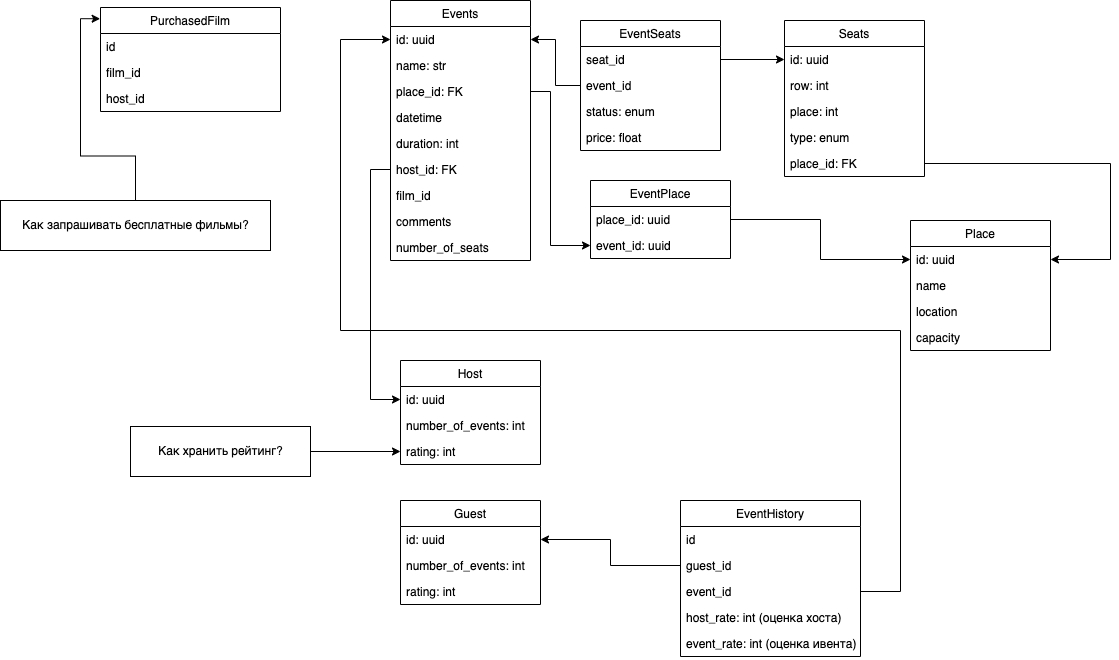
Before: docs/architecture/db-schema.png, a diagram exported from draw.io (IRepeva/Booking_service). Source tidied: cells renumbered, new cells last; positions are measured from the earlier drawing's top-left corner, leaving out a move shared by most shapes.
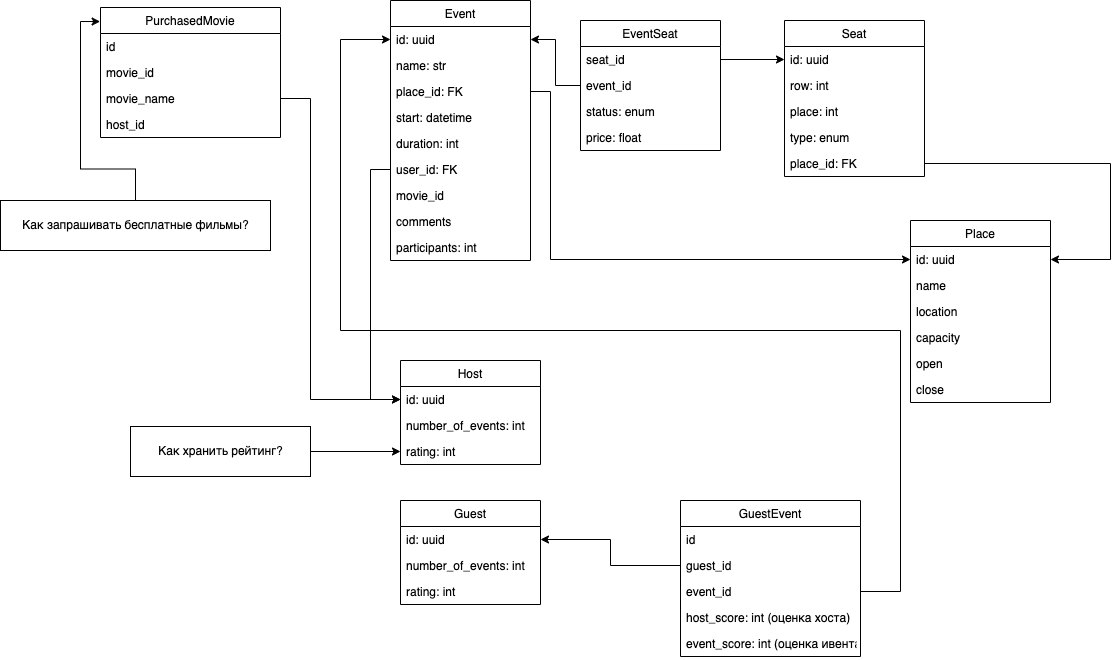
After the commit.

Commit message:
db schema image refactoring

The edit, as a diff of the source:
```diff
@@ -2,7 +2,7 @@
   <root>
     <mxCell id="0" />
     <mxCell id="1" parent="0" />
-    <mxCell id="2" value="Events" style="swimlane;fontStyle=0;horizontal=1;startSize=26;fillColor=none;" parent="1" vertex="1">
+    <mxCell id="2" value="Event" style="swimlane;fontStyle=0;horizontal=1;startSize=26;fillColor=none;" parent="1" vertex="1">
       <mxGeometry x="390" width="140" height="260" as="geometry" />
     </mxCell>
     <mxCell id="3" value="id: uuid" style="text;strokeColor=none;fillColor=none;align=left;verticalAlign=top;spacingLeft=4;spacingRight=4;overflow=hidden;points=[[0,0.5],[1,0.5]];portConstraint=eastwest;" parent="2" vertex="1">
@@ -14,26 +14,26 @@
     <mxCell id="5" value="place_id: FK" style="text;strokeColor=none;fillColor=none;align=left;verticalAlign=top;spacingLeft=4;spacingRight=4;overflow=hidden;points=[[0,0.5],[1,0.5]];portConstraint=eastwest;" parent="2" vertex="1">
       <mxGeometry y="78" width="140" height="26" as="geometry" />
     </mxCell>
-    <mxCell id="6" value="datetime" style="text;strokeColor=none;fillColor=none;align=left;verticalAlign=top;spacingLeft=4;spacingRight=4;overflow=hidden;" parent="2" vertex="1">
+    <mxCell id="6" value="start: datetime" style="text;strokeColor=none;fillColor=none;align=left;verticalAlign=top;spacingLeft=4;spacingRight=4;overflow=hidden;" parent="2" vertex="1">
       <mxGeometry y="104" width="140" height="26" as="geometry" />
     </mxCell>
     <mxCell id="7" value="duration: int" style="text;strokeColor=none;fillColor=none;align=left;verticalAlign=top;spacingLeft=4;spacingRight=4;overflow=hidden;" parent="2" vertex="1">
       <mxGeometry y="130" width="140" height="26" as="geometry" />
     </mxCell>
-    <mxCell id="8" value="host_id: FK" style="text;strokeColor=none;fillColor=none;align=left;verticalAlign=top;spacingLeft=4;spacingRight=4;overflow=hidden;points=[[0,0.5],[1,0.5]];portConstraint=eastwest;" parent="2" vertex="1">
+    <mxCell id="8" value="user_id: FK" style="text;strokeColor=none;fillColor=none;align=left;verticalAlign=top;spacingLeft=4;spacingRight=4;overflow=hidden;points=[[0,0.5],[1,0.5]];portConstraint=eastwest;" parent="2" vertex="1">
       <mxGeometry y="156" width="140" height="26" as="geometry" />
     </mxCell>
-    <mxCell id="9" value="film_id" style="text;strokeColor=none;fillColor=none;align=left;verticalAlign=top;spacingLeft=4;spacingRight=4;overflow=hidden;" parent="2" vertex="1">
+    <mxCell id="9" value="movie_id" style="text;strokeColor=none;fillColor=none;align=left;verticalAlign=top;spacingLeft=4;spacingRight=4;overflow=hidden;" parent="2" vertex="1">
       <mxGeometry y="182" width="140" height="26" as="geometry" />
     </mxCell>
     <mxCell id="10" value="comments" style="text;strokeColor=none;fillColor=none;align=left;verticalAlign=top;spacingLeft=4;spacingRight=4;overflow=hidden;" parent="2" vertex="1">
       <mxGeometry y="208" width="140" height="26" as="geometry" />
     </mxCell>
-    <mxCell id="11" value="number_of_seats" style="text;strokeColor=none;fillColor=none;align=left;verticalAlign=top;spacingLeft=4;spacingRight=4;overflow=hidden;" parent="2" vertex="1">
+    <mxCell id="11" value="participants: int" style="text;strokeColor=none;fillColor=none;align=left;verticalAlign=top;spacingLeft=4;spacingRight=4;overflow=hidden;" parent="2" vertex="1">
       <mxGeometry y="234" width="140" height="26" as="geometry" />
     </mxCell>
     <mxCell id="12" value="Place" style="swimlane;fontStyle=0;horizontal=1;startSize=26;fillColor=none;" parent="1" vertex="1">
-      <mxGeometry x="910" y="220" width="140" height="130" as="geometry" />
+      <mxGeometry x="910" y="220" width="140" height="182" as="geometry" />
     </mxCell>
     <mxCell id="13" value="id: uuid" style="text;strokeColor=none;fillColor=none;align=left;verticalAlign=top;spacingLeft=4;spacingRight=4;overflow=hidden;points=[[0,0.5],[1,0.5]];portConstraint=eastwest;" parent="12" vertex="1">
       <mxGeometry y="26" width="140" height="26" as="geometry" />
@@ -47,7 +47,13 @@
     <mxCell id="16" value="capacity" style="text;strokeColor=none;fillColor=none;align=left;verticalAlign=top;spacingLeft=4;spacingRight=4;overflow=hidden;" parent="12" vertex="1">
       <mxGeometry y="104" width="140" height="26" as="geometry" />
     </mxCell>
+    <mxCell id="61" value="open" style="text;strokeColor=none;fillColor=none;align=left;verticalAlign=top;spacingLeft=4;spacingRight=4;overflow=hidden;" parent="12" vertex="1">
+      <mxGeometry y="130" width="140" height="26" as="geometry" />
+    </mxCell>
+    <mxCell id="62" value="close" style="text;strokeColor=none;fillColor=none;align=left;verticalAlign=top;spacingLeft=4;spacingRight=4;overflow=hidden;" parent="12" vertex="1">
+      <mxGeometry y="156" width="140" height="26" as="geometry" />
+    </mxCell>
-    <mxCell id="17" value="Seats" style="swimlane;fontStyle=0;horizontal=1;startSize=26;fillColor=none;" parent="1" vertex="1">
+    <mxCell id="17" value="Seat" style="swimlane;fontStyle=0;horizontal=1;startSize=26;fillColor=none;" parent="1" vertex="1">
       <mxGeometry x="784" y="20" width="140" height="156" as="geometry" />
     </mxCell>
     <mxCell id="18" value="id: uuid" style="text;strokeColor=none;fillColor=none;align=left;verticalAlign=top;spacingLeft=4;spacingRight=4;overflow=hidden;points=[[0,0.5],[1,0.5]];portConstraint=eastwest;" parent="17" vertex="1">
@@ -73,7 +79,7 @@
         </Array>
       </mxGeometry>
     </mxCell>
-    <mxCell id="24" value="EventSeats" style="swimlane;fontStyle=0;horizontal=1;startSize=26;fillColor=none;" parent="1" vertex="1">
+    <mxCell id="24" value="EventSeat" style="swimlane;fontStyle=0;horizontal=1;startSize=26;fillColor=none;" parent="1" vertex="1">
       <mxGeometry x="580" y="20" width="140" height="130" as="geometry" />
     </mxCell>
     <mxCell id="25" value="seat_id" style="text;strokeColor=none;fillColor=none;align=left;verticalAlign=top;spacingLeft=4;spacingRight=4;overflow=hidden;points=[[0,0.5],[1,0.5]];portConstraint=eastwest;" parent="24" vertex="1">
@@ -94,11 +100,11 @@
     <mxCell id="30" style="edgeStyle=orthogonalEdgeStyle;rounded=0;jettySize=auto;html=1;exitX=0;exitY=0.5;exitDx=0;exitDy=0;entryX=1;entryY=0.5;entryDx=0;entryDy=0;" parent="1" edge="1" source="26" target="3">
       <mxGeometry relative="1" as="geometry" />
     </mxCell>
-    <mxCell id="31" style="edgeStyle=orthogonalEdgeStyle;rounded=0;jettySize=auto;html=1;exitX=1;exitY=0.5;exitDx=0;exitDy=0;entryX=0;entryY=0.5;entryDx=0;entryDy=0;" parent="1" edge="1" source="5" target="43">
+    <mxCell id="31" style="edgeStyle=orthogonalEdgeStyle;rounded=0;jettySize=auto;html=1;exitX=1;exitY=0.5;exitDx=0;exitDy=0;entryX=0;entryY=0.5;entryDx=0;entryDy=0;" parent="1" edge="1" source="5" target="13">
       <mxGeometry relative="1" as="geometry">
         <Array as="points">
           <mxPoint x="550" y="91" />
-          <mxPoint x="550" y="245" />
+          <mxPoint x="550" y="259" />
         </Array>
       </mxGeometry>
     </mxCell>
@@ -129,19 +135,7 @@
     <mxCell id="40" value="rating: int" style="text;strokeColor=none;fillColor=none;align=left;verticalAlign=top;spacingLeft=4;spacingRight=4;overflow=hidden;" parent="37" vertex="1">
       <mxGeometry y="78" width="140" height="26" as="geometry" />
     </mxCell>
-    <mxCell id="41" value="EventPlace" style="swimlane;fontStyle=0;horizontal=1;startSize=26;fillColor=none;" parent="1" vertex="1">
-      <mxGeometry x="590" y="180" width="140" height="78" as="geometry" />
-    </mxCell>
-    <mxCell id="42" value="place_id: uuid" style="text;strokeColor=none;fillColor=none;align=left;verticalAlign=top;spacingLeft=4;spacingRight=4;overflow=hidden;points=[[0,0.5],[1,0.5]];portConstraint=eastwest;" parent="41" vertex="1">
-      <mxGeometry y="26" width="140" height="26" as="geometry" />
-    </mxCell>
-    <mxCell id="43" value="event_id: uuid" style="text;strokeColor=none;fillColor=none;align=left;verticalAlign=top;spacingLeft=4;spacingRight=4;overflow=hidden;points=[[0,0.5],[1,0.5]];portConstraint=eastwest;" parent="41" vertex="1">
-      <mxGeometry y="52" width="140" height="26" as="geometry" />
-    </mxCell>
-    <mxCell id="44" style="edgeStyle=orthogonalEdgeStyle;rounded=0;jettySize=auto;html=1;exitX=1;exitY=0.5;exitDx=0;exitDy=0;entryX=0;entryY=0.5;entryDx=0;entryDy=0;" parent="1" edge="1" source="42" target="13">
-      <mxGeometry relative="1" as="geometry" />
-    </mxCell>
-    <mxCell id="45" value="EventHistory" style="swimlane;fontStyle=0;horizontal=1;startSize=26;fillColor=none;" parent="1" vertex="1">
+    <mxCell id="45" value="GuestEvent" style="swimlane;fontStyle=0;horizontal=1;startSize=26;fillColor=none;" parent="1" vertex="1">
       <mxGeometry x="680" y="500" width="180" height="156" as="geometry" />
     </mxCell>
     <mxCell id="46" value="id" style="text;strokeColor=none;fillColor=none;align=left;verticalAlign=top;spacingLeft=4;spacingRight=4;overflow=hidden;" parent="45" vertex="1">
@@ -153,10 +147,10 @@
     <mxCell id="48" value="event_id" style="text;strokeColor=none;fillColor=none;align=left;verticalAlign=top;spacingLeft=4;spacingRight=4;overflow=hidden;points=[[0,0.5],[1,0.5]];portConstraint=eastwest;" parent="45" vertex="1">
       <mxGeometry y="78" width="180" height="26" as="geometry" />
     </mxCell>
-    <mxCell id="49" value="host_rate: int (оценка хоста)" style="text;strokeColor=none;fillColor=none;align=left;verticalAlign=top;spacingLeft=4;spacingRight=4;overflow=hidden;" parent="45" vertex="1">
+    <mxCell id="49" value="host_score: int (оценка хоста)" style="text;strokeColor=none;fillColor=none;align=left;verticalAlign=top;spacingLeft=4;spacingRight=4;overflow=hidden;" parent="45" vertex="1">
       <mxGeometry y="104" width="180" height="26" as="geometry" />
     </mxCell>
-    <mxCell id="50" value="event_rate: int (оценка ивента)" style="text;strokeColor=none;fillColor=none;align=left;verticalAlign=top;spacingLeft=4;spacingRight=4;overflow=hidden;" parent="45" vertex="1">
+    <mxCell id="50" value="event_score: int (оценка ивента)" style="text;strokeColor=none;fillColor=none;align=left;verticalAlign=top;spacingLeft=4;spacingRight=4;overflow=hidden;" parent="45" vertex="1">
       <mxGeometry y="130" width="180" height="26" as="geometry" />
     </mxCell>
     <mxCell id="51" style="edgeStyle=orthogonalEdgeStyle;rounded=0;jettySize=auto;html=1;exitX=0;exitY=0.5;exitDx=0;exitDy=0;entryX=1;entryY=0.5;entryDx=0;entryDy=0;" parent="1" edge="1" source="47" target="38">
@@ -178,17 +172,20 @@
     <mxCell id="54" value="Как хранить рейтинг?" style="html=1;" parent="1" vertex="1">
       <mxGeometry x="130" y="426" width="180" height="50" as="geometry" />
     </mxCell>
-    <mxCell id="55" value="PurchasedFilm" style="swimlane;fontStyle=0;horizontal=1;startSize=26;fillColor=none;" parent="1" vertex="1">
-      <mxGeometry x="100" y="7" width="180" height="104" as="geometry" />
+    <mxCell id="55" value="PurchasedMovie" style="swimlane;fontStyle=0;horizontal=1;startSize=26;fillColor=none;" parent="1" vertex="1">
+      <mxGeometry x="100" y="7" width="180" height="130" as="geometry" />
     </mxCell>
     <mxCell id="56" value="id" style="text;strokeColor=none;fillColor=none;align=left;verticalAlign=top;spacingLeft=4;spacingRight=4;overflow=hidden;" parent="55" vertex="1">
       <mxGeometry y="26" width="180" height="26" as="geometry" />
     </mxCell>
-    <mxCell id="57" value="film_id" style="text;strokeColor=none;fillColor=none;align=left;verticalAlign=top;spacingLeft=4;spacingRight=4;overflow=hidden;" parent="55" vertex="1">
+    <mxCell id="57" value="movie_id" style="text;strokeColor=none;fillColor=none;align=left;verticalAlign=top;spacingLeft=4;spacingRight=4;overflow=hidden;" parent="55" vertex="1">
       <mxGeometry y="52" width="180" height="26" as="geometry" />
     </mxCell>
+    <mxCell id="63" value="movie_name&#10;" style="text;strokeColor=none;fillColor=none;align=left;verticalAlign=top;spacingLeft=4;spacingRight=4;overflow=hidden;" parent="55" vertex="1">
+      <mxGeometry y="78" width="180" height="26" as="geometry" />
+    </mxCell>
     <mxCell id="58" value="host_id" style="text;strokeColor=none;fillColor=none;align=left;verticalAlign=top;spacingLeft=4;spacingRight=4;overflow=hidden;points=[[0,0.5],[1,0.5]];portConstraint=eastwest;" parent="55" vertex="1">
-      <mxGeometry y="78" width="180" height="26" as="geometry" />
+      <mxGeometry y="104" width="180" height="26" as="geometry" />
     </mxCell>
     <mxCell id="59" style="edgeStyle=orthogonalEdgeStyle;rounded=0;jettySize=auto;html=1;exitX=0.5;exitY=0;exitDx=0;exitDy=0;entryX=-0.002;entryY=0.108;entryDx=0;entryDy=0;entryPerimeter=0;" parent="1" edge="1" source="60" target="55">
       <mxGeometry relative="1" as="geometry" />
@@ -196,5 +193,13 @@
     <mxCell id="60" value="Как запрашивать бесплатные фильмы?" style="html=1;" parent="1" vertex="1">
       <mxGeometry y="200" width="270" height="50" as="geometry" />
     </mxCell>
+    <mxCell id="64" style="edgeStyle=orthogonalEdgeStyle;rounded=0;jettySize=auto;html=1;exitX=1;exitY=0.5;exitDx=0;exitDy=0;entryX=0;entryY=0.5;entryDx=0;entryDy=0;" parent="1" edge="1" source="58" target="33">
+      <mxGeometry relative="1" as="geometry">
+        <Array as="points">
+          <mxPoint x="310" y="98" />
+          <mxPoint x="310" y="399" />
+        </Array>
+      </mxGeometry>
+    </mxCell>
   </root>
 </mxGraphModel>
```
